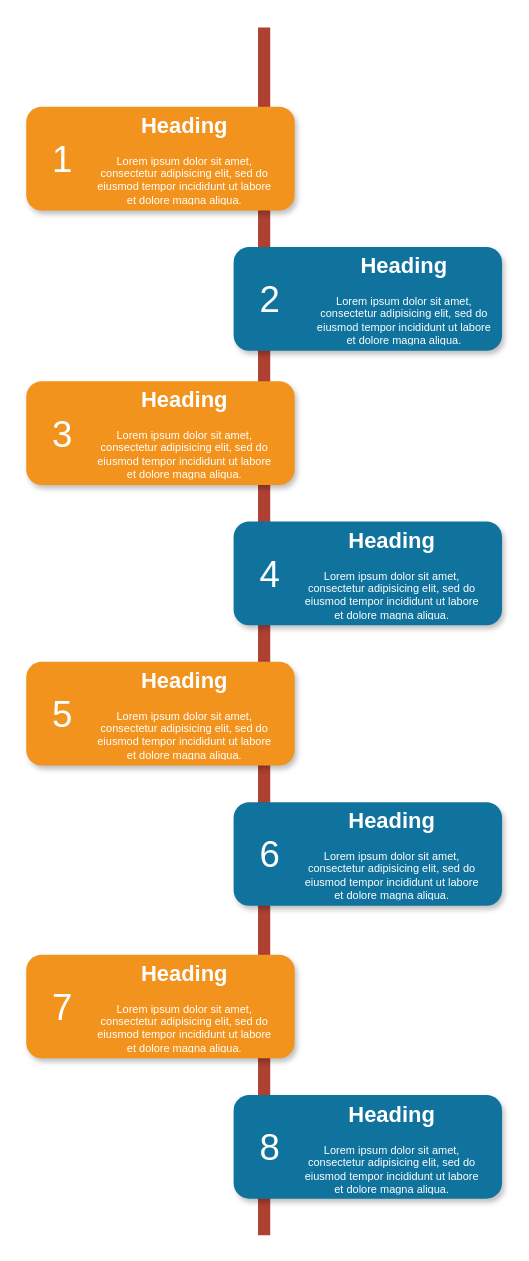
The draw.io diagram Untitled Diagram.drawio in mtz5055/Group-Project-2-, before the edit. Source tidied: cells renumbered, new cells numbered last; positions are measured from the earlier drawing's top-left corner, leaving out a move shared by most shapes. Both pictures are drawn from the tidied source at 122%, with x=0, y=0 at pixel (26, 27).
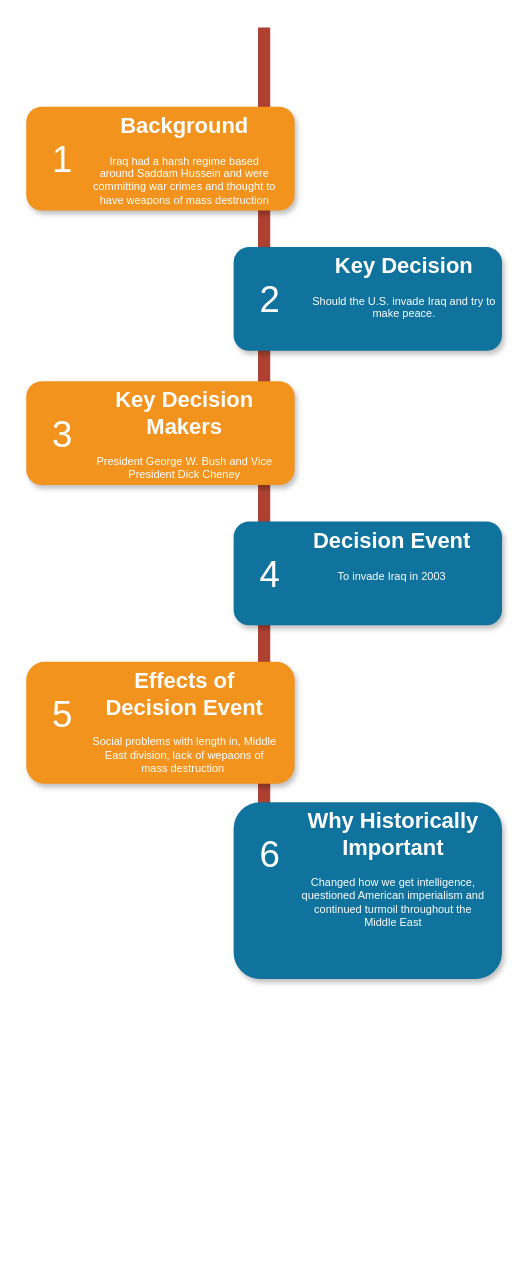
Above is the later version.

The edit, as a diff of the source:
```diff
@@
     <mxCell id="2" style="line;strokeWidth=10;direction=south;html=1;fillColor=none;fontSize=13;fontColor=#000000;align=center;strokeColor=#AE4132;" parent="1" vertex="1">
-      <mxGeometry x="190" width="10" height="990" as="geometry" />
+      <mxGeometry x="190" width="10" height="740" as="geometry" />
     </mxCell>
@@
     <mxCell id="11" style="rounded=1;whiteSpace=wrap;html=1;strokeColor=none;strokeWidth=1;fillColor=#F2931E;fontSize=13;fontColor=#FFFFFF;align=center;gradientColor=none;gradientDirection=east;verticalAlign=top;shadow=1;" parent="1" vertex="1">
-      <mxGeometry y="520" width="220" height="85" as="geometry" />
+      <mxGeometry y="520" width="220" height="100" as="geometry" />
     </mxCell>
@@
     <mxCell id="13" style="rounded=1;whiteSpace=wrap;html=1;strokeColor=none;strokeWidth=1;fillColor=#10739E;fontSize=13;fontColor=#FFFFFF;align=center;gradientColor=none;gradientDirection=east;verticalAlign=top;shadow=1;" parent="1" vertex="1">
-      <mxGeometry x="170" y="635" width="220" height="85" as="geometry" />
+      <mxGeometry x="170" y="635" width="220" height="145" as="geometry" />
     </mxCell>
@@
-    <mxCell id="15" style="rounded=1;whiteSpace=wrap;html=1;strokeColor=none;strokeWidth=1;fillColor=#F2931E;fontSize=13;fontColor=#FFFFFF;align=center;gradientColor=none;gradientDirection=east;verticalAlign=top;shadow=1;" parent="1" vertex="1">
-      <mxGeometry y="760" width="220" height="85" as="geometry" />
-    </mxCell>
@@
-    <mxCell id="17" style="rounded=1;whiteSpace=wrap;html=1;strokeColor=none;strokeWidth=1;fillColor=#10739E;fontSize=13;fontColor=#FFFFFF;align=center;gradientColor=none;gradientDirection=east;verticalAlign=top;shadow=1;" parent="1" vertex="1">
-      <mxGeometry x="170" y="875" width="220" height="85" as="geometry" />
-    </mxCell>
@@
-    <mxCell id="19" value="&lt;h1&gt;Heading&lt;/h1&gt;&lt;p&gt;Lorem ipsum dolor sit amet, consectetur adipisicing elit, sed do eiusmod tempor incididunt ut labore et dolore magna aliqua.&lt;/p&gt;" style="text;html=1;spacing=5;spacingTop=-20;whiteSpace=wrap;overflow=hidden;strokeColor=none;strokeWidth=4;fillColor=none;gradientColor=#007FFF;fontSize=9;fontColor=#FFFFFF;align=center;" parent="1" vertex="1">
+    <mxCell id="19" value="&lt;h1&gt;Background&lt;/h1&gt;&lt;p&gt;Iraq had a harsh regime based around Saddam Hussein and were committing war crimes and thought to have weapons of mass destruction&lt;/p&gt;" style="text;html=1;spacing=5;spacingTop=-20;whiteSpace=wrap;overflow=hidden;strokeColor=none;strokeWidth=4;fillColor=none;gradientColor=#007FFF;fontSize=9;fontColor=#FFFFFF;align=center;" parent="1" vertex="1">
       <mxGeometry x="50" y="69" width="160" height="77" as="geometry" />
     </mxCell>
-    <mxCell id="20" value="&lt;h1&gt;Heading&lt;/h1&gt;&lt;p&gt;Lorem ipsum dolor sit amet, consectetur adipisicing elit, sed do eiusmod tempor incididunt ut labore et dolore magna aliqua.&lt;/p&gt;" style="text;html=1;spacing=5;spacingTop=-20;whiteSpace=wrap;overflow=hidden;strokeColor=none;strokeWidth=4;fillColor=none;gradientColor=#007FFF;fontSize=9;fontColor=#FFFFFF;align=center;" parent="1" vertex="1">
+    <mxCell id="20" value="&lt;h1&gt;Key Decision&lt;/h1&gt;&lt;p&gt;Should the U.S. invade Iraq and try to make peace.&lt;/p&gt;" style="text;html=1;spacing=5;spacingTop=-20;whiteSpace=wrap;overflow=hidden;strokeColor=none;strokeWidth=4;fillColor=none;gradientColor=#007FFF;fontSize=9;fontColor=#FFFFFF;align=center;" parent="1" vertex="1">
       <mxGeometry x="230" y="184" width="160" height="77" as="geometry" />
     </mxCell>
-    <mxCell id="21" value="&lt;h1&gt;Heading&lt;/h1&gt;&lt;p&gt;Lorem ipsum dolor sit amet, consectetur adipisicing elit, sed do eiusmod tempor incididunt ut labore et dolore magna aliqua.&lt;/p&gt;" style="text;html=1;spacing=5;spacingTop=-20;whiteSpace=wrap;overflow=hidden;strokeColor=none;strokeWidth=4;fillColor=none;gradientColor=#007FFF;fontSize=9;fontColor=#FFFFFF;align=center;" parent="1" vertex="1">
+    <mxCell id="21" value="&lt;h1&gt;Key Decision Makers&lt;/h1&gt;&lt;p&gt;President George W. Bush and Vice President Dick Cheney&lt;/p&gt;" style="text;html=1;spacing=5;spacingTop=-20;whiteSpace=wrap;overflow=hidden;strokeColor=none;strokeWidth=4;fillColor=none;gradientColor=#007FFF;fontSize=9;fontColor=#FFFFFF;align=center;" parent="1" vertex="1">
       <mxGeometry x="50" y="294" width="160" height="77" as="geometry" />
     </mxCell>
-    <mxCell id="22" value="&lt;h1&gt;Heading&lt;/h1&gt;&lt;p&gt;Lorem ipsum dolor sit amet, consectetur adipisicing elit, sed do eiusmod tempor incididunt ut labore et dolore magna aliqua.&lt;/p&gt;" style="text;html=1;spacing=5;spacingTop=-20;whiteSpace=wrap;overflow=hidden;strokeColor=none;strokeWidth=4;fillColor=none;gradientColor=#007FFF;fontSize=9;fontColor=#FFFFFF;align=center;" parent="1" vertex="1">
+    <mxCell id="22" value="&lt;h1&gt;Decision Event&lt;/h1&gt;&lt;p&gt;To invade Iraq in 2003&lt;/p&gt;" style="text;html=1;spacing=5;spacingTop=-20;whiteSpace=wrap;overflow=hidden;strokeColor=none;strokeWidth=4;fillColor=none;gradientColor=#007FFF;fontSize=9;fontColor=#FFFFFF;align=center;" parent="1" vertex="1">
       <mxGeometry x="220" y="409" width="160" height="77" as="geometry" />
     </mxCell>
-    <mxCell id="23" value="&lt;h1&gt;Heading&lt;/h1&gt;&lt;p&gt;Lorem ipsum dolor sit amet, consectetur adipisicing elit, sed do eiusmod tempor incididunt ut labore et dolore magna aliqua.&lt;/p&gt;" style="text;html=1;spacing=5;spacingTop=-20;whiteSpace=wrap;overflow=hidden;strokeColor=none;strokeWidth=4;fillColor=none;gradientColor=#007FFF;fontSize=9;fontColor=#FFFFFF;align=center;" parent="1" vertex="1">
-      <mxGeometry x="50" y="524" width="160" height="77" as="geometry" />
+    <mxCell id="23" value="&lt;h1&gt;Effects of Decision Event&lt;/h1&gt;&lt;p&gt;Social problems with length in, Middle East division, lack of wepaons of mass destruction&amp;nbsp;&lt;/p&gt;" style="text;html=1;spacing=5;spacingTop=-20;whiteSpace=wrap;overflow=hidden;strokeColor=none;strokeWidth=4;fillColor=none;gradientColor=#007FFF;fontSize=9;fontColor=#FFFFFF;align=center;" parent="1" vertex="1">
+      <mxGeometry x="50" y="524" width="160" height="106" as="geometry" />
     </mxCell>
-    <mxCell id="24" value="&lt;h1&gt;Heading&lt;/h1&gt;&lt;p&gt;Lorem ipsum dolor sit amet, consectetur adipisicing elit, sed do eiusmod tempor incididunt ut labore et dolore magna aliqua.&lt;/p&gt;" style="text;html=1;spacing=5;spacingTop=-20;whiteSpace=wrap;overflow=hidden;strokeColor=none;strokeWidth=4;fillColor=none;gradientColor=#007FFF;fontSize=9;fontColor=#FFFFFF;align=center;" parent="1" vertex="1">
-      <mxGeometry x="220" y="639" width="160" height="77" as="geometry" />
+    <mxCell id="24" value="&lt;h1&gt;Why Historically Important&lt;/h1&gt;&lt;p&gt;Changed how we get intelligence, questioned American imperialism and continued turmoil throughout the Middle East&lt;/p&gt;" style="text;html=1;spacing=5;spacingTop=-20;whiteSpace=wrap;overflow=hidden;strokeColor=none;strokeWidth=4;fillColor=none;gradientColor=#007FFF;fontSize=9;fontColor=#FFFFFF;align=center;" parent="1" vertex="1">
+      <mxGeometry x="221" y="639" width="160" height="111" as="geometry" />
     </mxCell>
-    <mxCell id="25" value="&lt;h1&gt;Heading&lt;/h1&gt;&lt;p&gt;Lorem ipsum dolor sit amet, consectetur adipisicing elit, sed do eiusmod tempor incididunt ut labore et dolore magna aliqua.&lt;/p&gt;" style="text;html=1;spacing=5;spacingTop=-20;whiteSpace=wrap;overflow=hidden;strokeColor=none;strokeWidth=4;fillColor=none;gradientColor=#007FFF;fontSize=9;fontColor=#FFFFFF;align=center;" parent="1" vertex="1">
-      <mxGeometry x="50" y="764" width="160" height="77" as="geometry" />
-    </mxCell>
-    <mxCell id="26" value="&lt;h1&gt;Heading&lt;/h1&gt;&lt;p&gt;Lorem ipsum dolor sit amet, consectetur adipisicing elit, sed do eiusmod tempor incididunt ut labore et dolore magna aliqua.&lt;/p&gt;" style="text;html=1;spacing=5;spacingTop=-20;whiteSpace=wrap;overflow=hidden;strokeColor=none;strokeWidth=4;fillColor=none;gradientColor=#007FFF;fontSize=9;fontColor=#FFFFFF;align=center;" parent="1" vertex="1">
-      <mxGeometry x="220" y="880" width="160" height="77" as="geometry" />
-    </mxCell>
```
